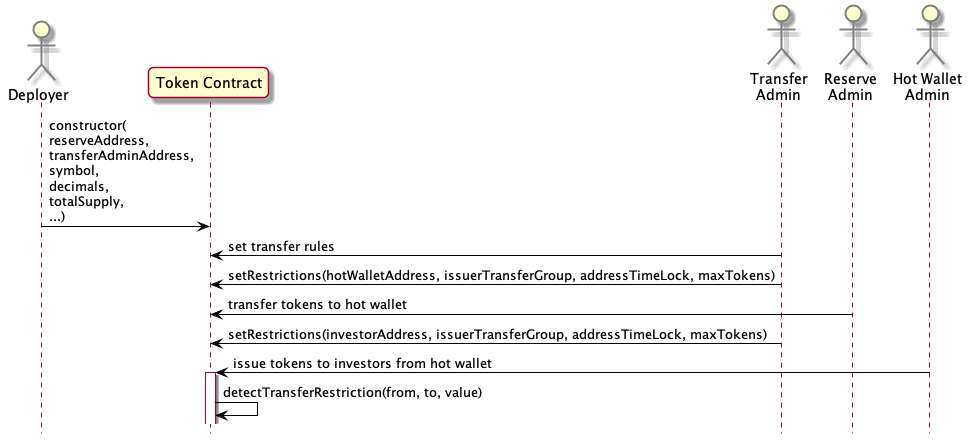
This is docs/plant-uml-diagrams/setup.png from melmel27/comakery, a PlantUML export, as it was before one commit.
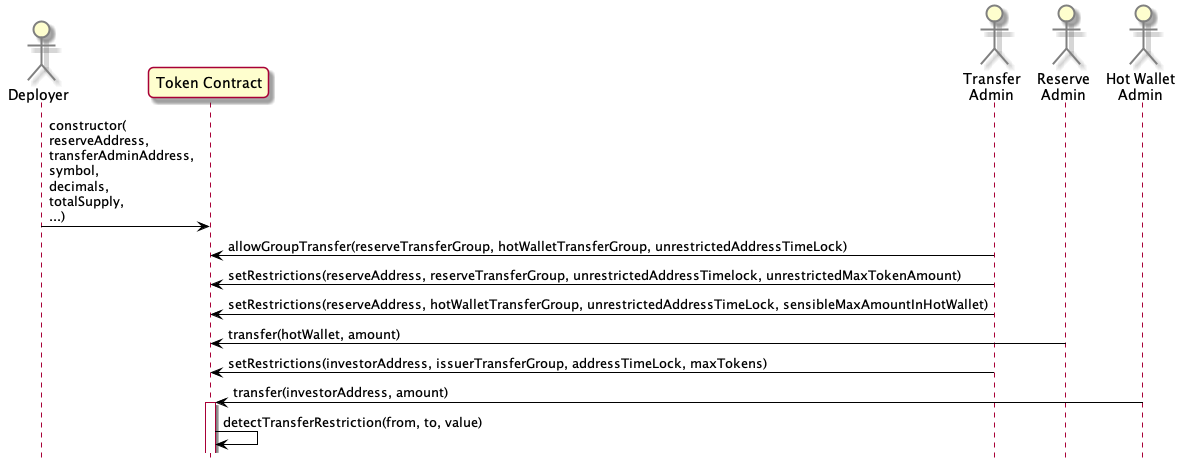
Later version of the same file.

Commit message:
refine use cases

The edit, as a diff of the source:
```diff
@@ -12,11 +12,12 @@
 actor "Hot Wallet\nAdmin" as HAdmin
 
 Deployer -> Token: constructor(\nreserveAddress,\ntransferAdminAddress,\nsymbol,\ndecimals,\ntotalSupply,\n...)
-TAdmin -> Token: set transfer rules
-TAdmin -> Token: setRestrictions(hotWalletAddress, issuerTransferGroup, addressTimeLock, maxTokens)
-RAdmin -> Token: transfer tokens to hot wallet
+TAdmin -> Token: allowGroupTransfer(reserveTransferGroup, hotWalletTransferGroup, unrestrictedAddressTimeLock)
+TAdmin -> Token: setRestrictions(reserveAddress, reserveTransferGroup, unrestrictedAddressTimelock, unrestrictedMaxTokenAmount)
+TAdmin -> Token: setRestrictions(reserveAddress, hotWalletTransferGroup, unrestrictedAddressTimeLock, sensibleMaxAmountInHotWallet)
+RAdmin -> Token: transfer(hotWallet, amount)
 TAdmin -> Token: setRestrictions(investorAddress, issuerTransferGroup, addressTimeLock, maxTokens)
-HAdmin -> Token: issue tokens to investors from hot wallet
+HAdmin -> Token: transfer(investorAddress, amount)
 activate Token
 Token -> Token: detectTransferRestriction(from, to, value)
 
```
